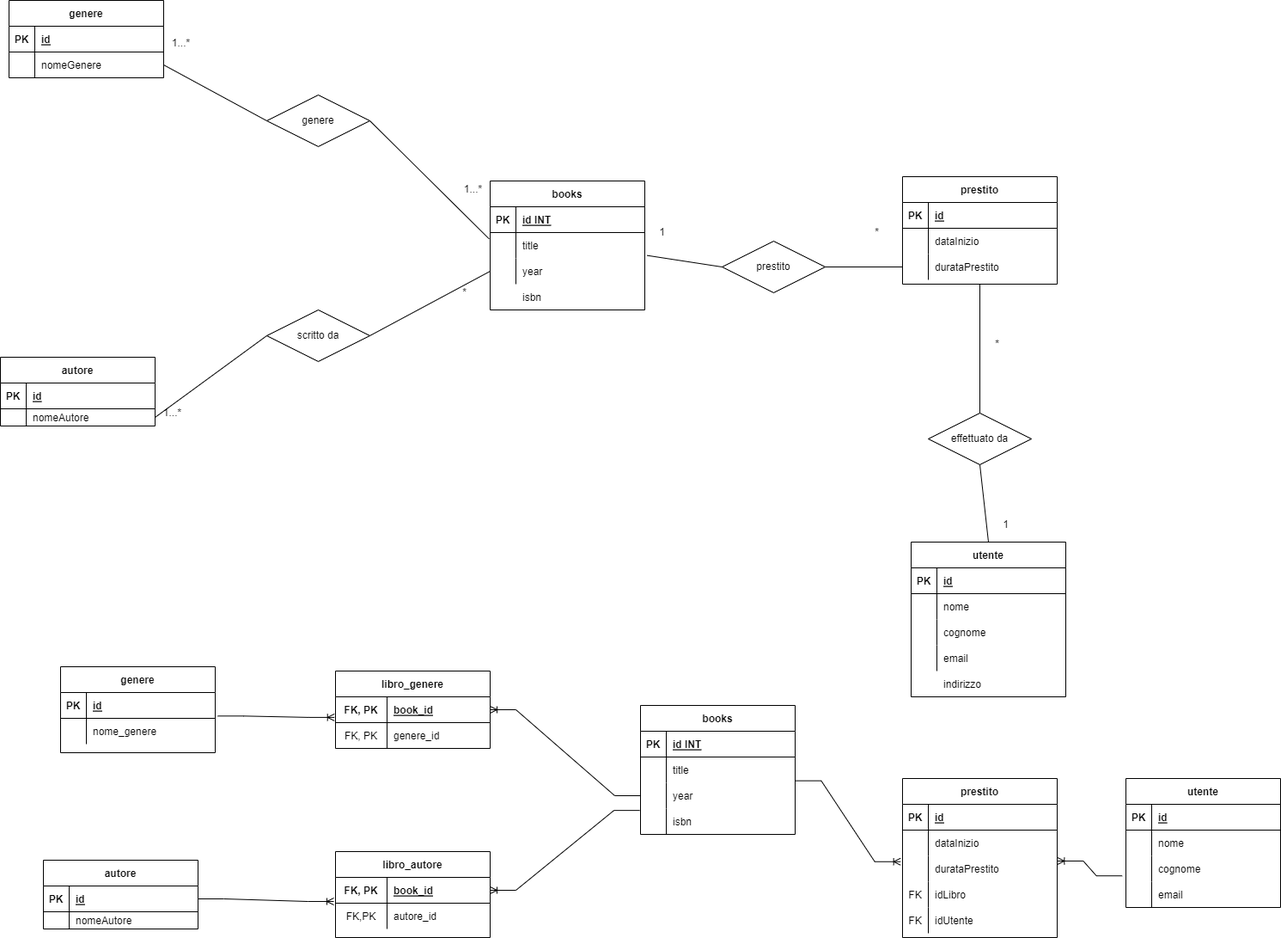
ggalanteCode/db-biblioteca keeps this draw.io diagram as src/Diagramma E-R database biblioteca.drawio.png. Above is the earlier version. Source tidied: cells renumbered, new cells last; positions are measured from the earlier drawing's top-left corner, leaving out a move shared by most shapes.
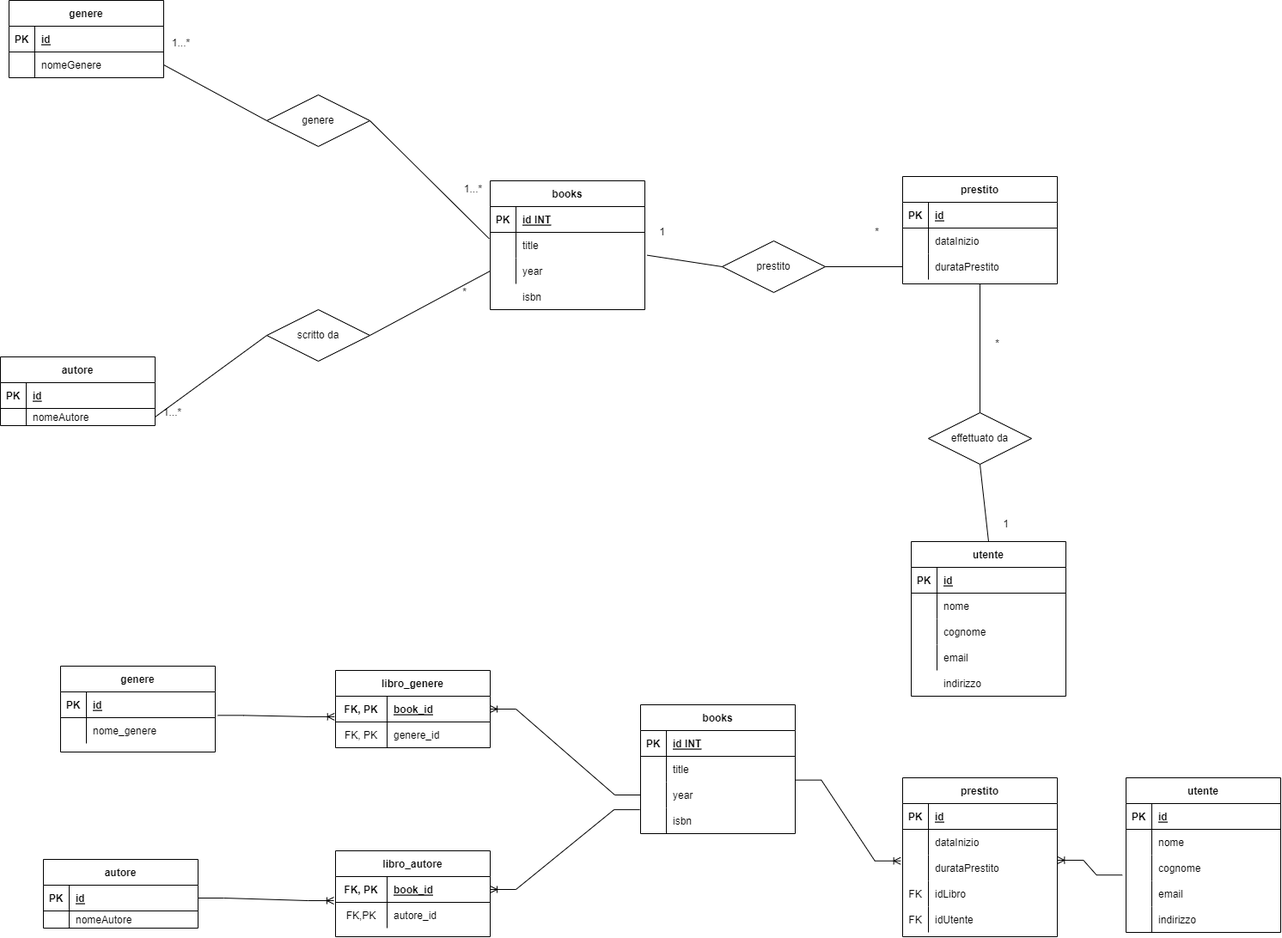
Later version of the same file.

Commit message:
nuova modifica al diagramma E-R e modifica alla tabella books (DROP COLUMN)

What changed in the source:
```diff
@@ -395,7 +395,7 @@
       <mxGeometry relative="1" as="geometry" />
     </mxCell>
     <mxCell id="132" value="utente" style="shape=table;startSize=30;rowLines=0;fontStyle=1;align=center;" parent="1" vertex="1">
-      <mxGeometry x="1310" y="905" width="180" height="150" as="geometry" />
+      <mxGeometry x="1310" y="905" width="180" height="180" as="geometry" />
     </mxCell>
     <mxCell id="133" style="shape=tableRow;horizontal=0;startSize=0;swimlaneHead=0;swimlaneBody=0;fillColor=none;top=0;left=0;right=0;bottom=1;" parent="132" vertex="1">
       <mxGeometry y="30" width="180" height="30" as="geometry" />
@@ -433,6 +433,15 @@
     <mxCell id="144" value="email" style="shape=partialRectangle;fillColor=none;top=0;left=0;bottom=0;right=0;align=left;spacingLeft=6;overflow=hidden;" parent="142" vertex="1">
       <mxGeometry x="30" width="150" height="30" as="geometry" />
     </mxCell>
+    <mxCell id="148" style="shape=tableRow;horizontal=0;startSize=0;swimlaneHead=0;swimlaneBody=0;fillColor=none;top=0;left=0;right=0;bottom=0;" parent="132" vertex="1">
+      <mxGeometry y="150" width="180" height="30" as="geometry" />
+    </mxCell>
+    <mxCell id="149" style="shape=partialRectangle;fillColor=none;top=0;left=0;bottom=0;right=0;overflow=hidden;" parent="148" vertex="1">
+      <mxGeometry width="30" height="30" as="geometry" />
+    </mxCell>
+    <mxCell id="150" value="indirizzo" style="shape=partialRectangle;fillColor=none;top=0;left=0;bottom=0;right=0;align=left;spacingLeft=6;overflow=hidden;" parent="148" vertex="1">
+      <mxGeometry x="30" width="150" height="30" as="geometry" />
+    </mxCell>
     <mxCell id="145" style="edgeStyle=entityRelationEdgeStyle;fontSize=12;html=1;endArrow=ERoneToMany;rounded=0;exitX=-0.024;exitY=0.774;exitDx=0;exitDy=0;entryX=1.002;entryY=0.199;entryDx=0;entryDy=0;exitPerimeter=0;entryPerimeter=0;" parent="1" edge="1" source="139" target="100">
       <mxGeometry relative="1" as="geometry" />
     </mxCell>
```
